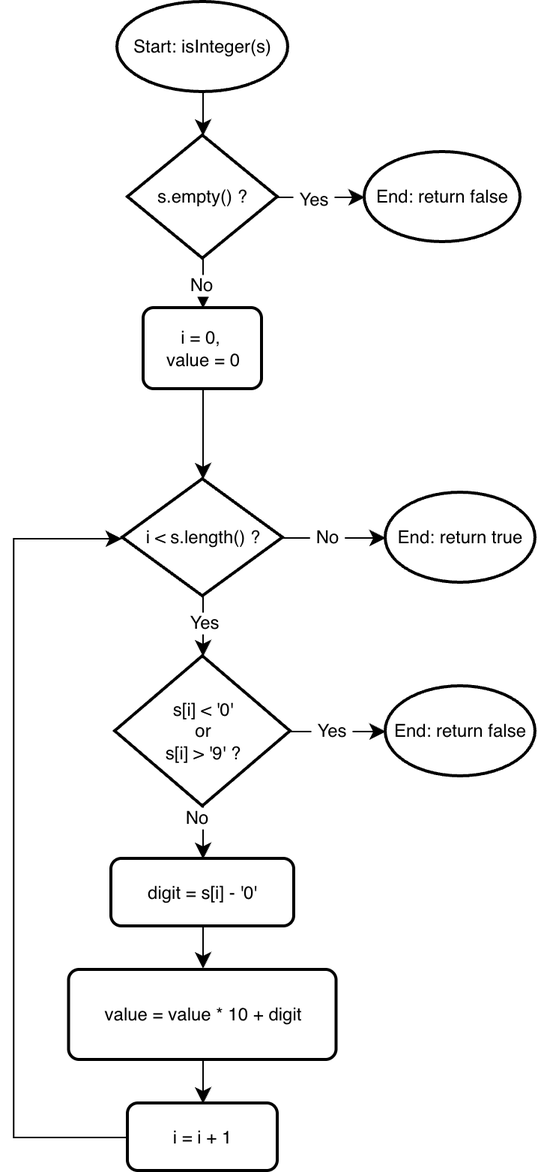
Earlier version of the draw.io export docs/flowcharts/T04-is-integer.drawio.png (henryb0b/smartretail-p1-group1). Source tidied: cells renumbered, new cells last; positions are measured from the earlier drawing's top-left corner, leaving out a move shared by most shapes. The source it was exported from:
```xml
<mxGraphModel>
  <root>
    <mxCell id="0" />
    <mxCell id="1" parent="0" />
    <mxCell id="2" value="Start: isInteger(s)" style="strokeWidth=2;html=1;shape=mxgraph.flowchart.start_1;whiteSpace=wrap;perimeter=ellipsePerimeter;labelBackgroundColor=none;" parent="1" vertex="1">
      <mxGeometry x="69" width="114" height="60" as="geometry" />
    </mxCell>
    <mxCell id="3" style="edgeStyle=orthogonalEdgeStyle;curved=1;rounded=0;curveGeometry=1;jettySize=auto;html=1;exitX=0.5;exitY=1;exitDx=0;exitDy=0;exitPerimeter=0;entryX=0.5;entryY=0;entryDx=0;entryDy=0;fontSize=12;defaultLabelBackgroundColor=page;labelPadding=0 4;startSize=8;endSize=8;fontColor=default;" parent="1" edge="1" source="5" target="10">
      <mxGeometry relative="1" as="geometry" />
    </mxCell>
    <mxCell id="4" value="No" style="edgeLabel;html=1;align=center;verticalAlign=middle;inheritText=1;fontSize=12;defaultLabelBackgroundColor=page;labelPadding=0 4;" parent="3" vertex="1">
      <mxGeometry x="0.05" y="-1" relative="1" as="geometry" />
    </mxCell>
    <mxCell id="5" value="s.empty() ?" style="strokeWidth=2;html=1;shape=mxgraph.flowchart.decision;whiteSpace=wrap;labelBackgroundColor=none;" parent="1" vertex="1">
      <mxGeometry x="76" y="89" width="100" height="82" as="geometry" />
    </mxCell>
    <mxCell id="6" value="End: return false" style="strokeWidth=2;html=1;shape=mxgraph.flowchart.start_1;whiteSpace=wrap;perimeter=ellipsePerimeter;labelBackgroundColor=none;" parent="1" vertex="1">
      <mxGeometry x="234" y="100" width="104" height="60" as="geometry" />
    </mxCell>
    <mxCell id="7" style="edgeStyle=orthogonalEdgeStyle;curved=1;rounded=0;curveGeometry=1;jettySize=auto;html=1;exitX=0.5;exitY=1;exitDx=0;exitDy=0;exitPerimeter=0;entryX=0.5;entryY=0;entryDx=0;entryDy=0;entryPerimeter=0;fontSize=12;defaultLabelBackgroundColor=page;labelPadding=0 4;startSize=8;endSize=8;fontColor=default;" parent="1" edge="1" source="2" target="5">
      <mxGeometry relative="1" as="geometry" />
    </mxCell>
    <mxCell id="8" style="edgeStyle=orthogonalEdgeStyle;curved=1;rounded=0;curveGeometry=1;jettySize=auto;html=1;exitX=1;exitY=0.5;exitDx=0;exitDy=0;exitPerimeter=0;entryX=0;entryY=0.5;entryDx=0;entryDy=0;entryPerimeter=0;fontSize=12;defaultLabelBackgroundColor=page;labelPadding=0 4;startSize=8;endSize=8;fontColor=default;" parent="1" edge="1" source="5" target="6">
      <mxGeometry relative="1" as="geometry" />
    </mxCell>
    <mxCell id="9" value="Yes" style="edgeLabel;html=1;align=center;verticalAlign=middle;inheritText=1;fontSize=12;defaultLabelBackgroundColor=page;labelPadding=0 4;" parent="8" vertex="1">
      <mxGeometry x="-0.16" y="-1" relative="1" as="geometry" />
    </mxCell>
    <mxCell id="10" value="i = 0,&amp;nbsp;&lt;div&gt;value = 0&lt;/div&gt;" style="rounded=1;whiteSpace=wrap;html=1;absoluteArcSize=1;arcSize=14;strokeWidth=2;roundedPerimeter=1;labelBackgroundColor=none;" parent="1" vertex="1">
      <mxGeometry x="86.5" y="204" width="79" height="54" as="geometry" />
    </mxCell>
    <mxCell id="11" style="edgeStyle=orthogonalEdgeStyle;curved=1;rounded=0;curveGeometry=1;jettySize=auto;html=1;exitX=1;exitY=0.5;exitDx=0;exitDy=0;exitPerimeter=0;fontSize=12;defaultLabelBackgroundColor=page;labelPadding=0 4;startSize=8;endSize=8;fontColor=default;" parent="1" edge="1" source="13" target="15">
      <mxGeometry relative="1" as="geometry" />
    </mxCell>
    <mxCell id="12" value="No" style="edgeLabel;html=1;align=center;verticalAlign=middle;inheritText=1;fontSize=12;defaultLabelBackgroundColor=page;labelPadding=0 4;" parent="11" vertex="1">
      <mxGeometry x="0.18" y="1" relative="1" as="geometry">
        <mxPoint x="-11" y="1" as="offset" />
      </mxGeometry>
    </mxCell>
    <mxCell id="13" value="i &amp;lt; s.length() ?" style="strokeWidth=2;html=1;shape=mxgraph.flowchart.decision;whiteSpace=wrap;labelBackgroundColor=none;" parent="1" vertex="1">
      <mxGeometry x="72.5" y="318" width="107" height="78" as="geometry" />
    </mxCell>
    <mxCell id="14" style="edgeStyle=orthogonalEdgeStyle;curved=1;rounded=0;curveGeometry=1;jettySize=auto;html=1;exitX=0.5;exitY=1;exitDx=0;exitDy=0;entryX=0.5;entryY=0;entryDx=0;entryDy=0;entryPerimeter=0;fontSize=12;defaultLabelBackgroundColor=page;labelPadding=0 4;startSize=8;endSize=8;fontColor=default;" parent="1" edge="1" source="10" target="13">
      <mxGeometry relative="1" as="geometry" />
    </mxCell>
    <mxCell id="15" value="End: return true" style="strokeWidth=2;html=1;shape=mxgraph.flowchart.start_1;whiteSpace=wrap;perimeter=ellipsePerimeter;labelBackgroundColor=none;" parent="1" vertex="1">
      <mxGeometry x="248" y="327" width="100" height="60" as="geometry" />
    </mxCell>
    <mxCell id="16" value="s[i] &amp;lt; '0'&lt;div&gt;or&lt;/div&gt;&lt;div&gt;s[i] &amp;gt; '9' ?&lt;/div&gt;" style="strokeWidth=2;html=1;shape=mxgraph.flowchart.decision;whiteSpace=wrap;labelBackgroundColor=none;" parent="1" vertex="1">
      <mxGeometry x="67.5" y="436" width="117" height="100" as="geometry" />
    </mxCell>
    <mxCell id="17" style="edgeStyle=orthogonalEdgeStyle;curved=1;rounded=0;curveGeometry=1;jettySize=auto;html=1;exitX=0.5;exitY=1;exitDx=0;exitDy=0;exitPerimeter=0;entryX=0.5;entryY=0;entryDx=0;entryDy=0;entryPerimeter=0;fontSize=12;defaultLabelBackgroundColor=page;labelPadding=0 4;startSize=8;endSize=8;fontColor=default;" parent="1" edge="1" source="13" target="16">
      <mxGeometry relative="1" as="geometry" />
    </mxCell>
    <mxCell id="18" value="Yes" style="edgeLabel;html=1;align=center;verticalAlign=middle;inheritText=1;fontSize=12;defaultLabelBackgroundColor=page;labelPadding=0 4;" parent="17" vertex="1">
      <mxGeometry x="-0.14" relative="1" as="geometry" />
    </mxCell>
    <mxCell id="19" value="End: return false" style="strokeWidth=2;html=1;shape=mxgraph.flowchart.start_1;whiteSpace=wrap;perimeter=ellipsePerimeter;labelBackgroundColor=none;" parent="1" vertex="1">
      <mxGeometry x="248" y="456" width="100" height="60" as="geometry" />
    </mxCell>
    <mxCell id="20" style="edgeStyle=orthogonalEdgeStyle;curved=1;rounded=0;curveGeometry=1;jettySize=auto;html=1;exitX=1;exitY=0.5;exitDx=0;exitDy=0;exitPerimeter=0;entryX=0;entryY=0.5;entryDx=0;entryDy=0;entryPerimeter=0;fontSize=12;defaultLabelBackgroundColor=page;labelPadding=0 4;startSize=8;endSize=8;fontColor=default;" parent="1" edge="1" source="16" target="19">
      <mxGeometry relative="1" as="geometry" />
    </mxCell>
    <mxCell id="21" value="Yes" style="edgeLabel;html=1;align=center;verticalAlign=middle;inheritText=1;fontSize=12;defaultLabelBackgroundColor=page;labelPadding=0 4;" parent="20" vertex="1">
      <mxGeometry x="-0.14" y="1" relative="1" as="geometry" />
    </mxCell>
    <mxCell id="22" style="curved=1;rounded=0;curveGeometry=1;jettySize=auto;html=1;exitX=0.5;exitY=1;exitDx=0;exitDy=0;exitPerimeter=0;fontSize=12;defaultLabelBackgroundColor=page;labelPadding=0 4;startSize=8;endSize=8;entryX=0.5;entryY=0;entryDx=0;entryDy=0;fontColor=default;" parent="1" edge="1" source="16" target="28">
      <mxGeometry x="-0.5" relative="1" as="geometry" />
    </mxCell>
    <mxCell id="23" value="No" style="edgeLabel;html=1;align=center;verticalAlign=middle;inheritText=1;fontSize=12;defaultLabelBackgroundColor=page;labelPadding=0 4;" parent="22" vertex="1">
      <mxGeometry x="-0.61" y="-4" relative="1" as="geometry" />
    </mxCell>
    <mxCell id="24" style="edgeStyle=orthogonalEdgeStyle;curved=1;rounded=0;curveGeometry=1;jettySize=auto;html=1;exitX=0.5;exitY=1;exitDx=0;exitDy=0;entryX=0.5;entryY=0;entryDx=0;entryDy=0;fontSize=12;defaultLabelBackgroundColor=page;labelPadding=0 4;startSize=8;endSize=8;fontColor=default;" parent="1" edge="1" source="25" target="27">
      <mxGeometry relative="1" as="geometry" />
    </mxCell>
    <mxCell id="25" value="value = value * 10 + digit" style="rounded=1;whiteSpace=wrap;html=1;absoluteArcSize=1;arcSize=14;strokeWidth=2;roundedPerimeter=1;labelBackgroundColor=none;" parent="1" vertex="1">
      <mxGeometry x="36.8" y="645" width="178.5" height="60" as="geometry" />
    </mxCell>
    <mxCell id="26" style="edgeStyle=orthogonalEdgeStyle;rounded=0;jettySize=auto;html=1;exitX=0;exitY=0.5;exitDx=0;exitDy=0;fontSize=12;defaultLabelBackgroundColor=page;labelPadding=0 4;startSize=8;endSize=8;fontColor=default;" parent="1" edge="1" source="27">
      <mxGeometry x="-0.45" relative="1" as="geometry">
        <mxPoint x="72" y="357.5" as="targetPoint" />
        <Array as="points">
          <mxPoint x="-0.4" y="756.5" />
          <mxPoint x="-0.4" y="357.5" />
        </Array>
      </mxGeometry>
    </mxCell>
    <mxCell id="27" value="i = i + 1" style="rounded=1;whiteSpace=wrap;html=1;absoluteArcSize=1;arcSize=14;strokeWidth=2;roundedPerimeter=1;labelBackgroundColor=none;" parent="1" vertex="1">
      <mxGeometry x="76" y="734" width="100" height="45" as="geometry" />
    </mxCell>
    <mxCell id="28" value="digit = s[i] - '0'" style="rounded=1;whiteSpace=wrap;html=1;absoluteArcSize=1;arcSize=14;strokeWidth=2;roundedPerimeter=1;labelBackgroundColor=none;" parent="1" vertex="1">
      <mxGeometry x="65" y="571" width="122" height="45" as="geometry" />
    </mxCell>
    <mxCell id="29" style="edgeStyle=orthogonalEdgeStyle;curved=1;rounded=0;curveGeometry=1;jettySize=auto;html=1;exitX=0.5;exitY=1;exitDx=0;exitDy=0;entryX=0.5;entryY=0;entryDx=0;entryDy=0;entryPerimeter=0;fontSize=12;defaultLabelBackgroundColor=page;labelPadding=0 4;startSize=8;endSize=8;fontColor=default;" parent="1" edge="1" source="28">
      <mxGeometry relative="1" as="geometry">
        <mxPoint x="126" y="644" as="targetPoint" />
      </mxGeometry>
    </mxCell>
  </root>
</mxGraphModel>
```
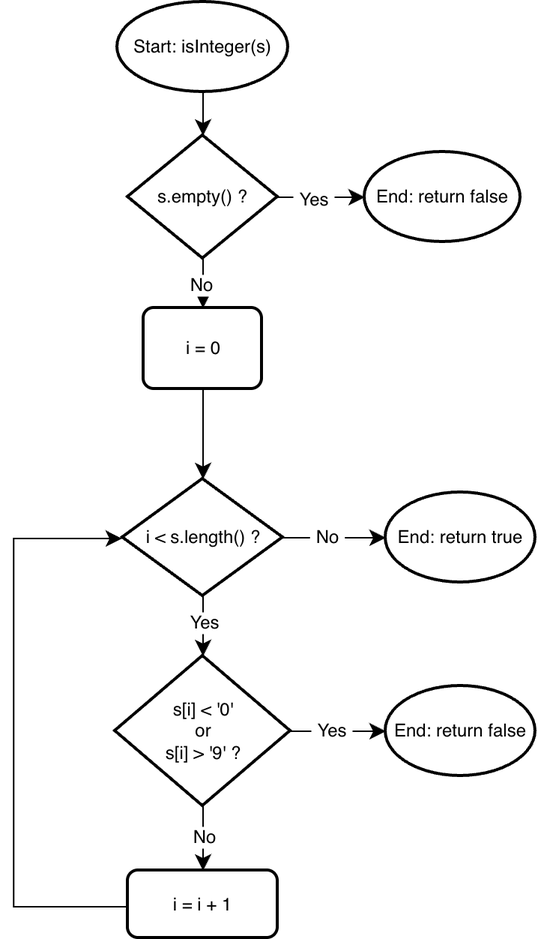
Above is the later version.

Commit message:
Update T04-is-integer flowchart and fix pseudocode blank line

Diff of the diagram source:
```diff
@@ -26,7 +26,7 @@
     <mxCell id="9" value="Yes" style="edgeLabel;html=1;align=center;verticalAlign=middle;inheritText=1;fontSize=12;defaultLabelBackgroundColor=page;labelPadding=0 4;" parent="8" vertex="1">
       <mxGeometry x="-0.16" y="-1" relative="1" as="geometry" />
     </mxCell>
-    <mxCell id="10" value="i = 0,&amp;nbsp;&lt;div&gt;value = 0&lt;/div&gt;" style="rounded=1;whiteSpace=wrap;html=1;absoluteArcSize=1;arcSize=14;strokeWidth=2;roundedPerimeter=1;labelBackgroundColor=none;" parent="1" vertex="1">
+    <mxCell id="10" value="i = 0" style="rounded=1;whiteSpace=wrap;html=1;absoluteArcSize=1;arcSize=14;strokeWidth=2;roundedPerimeter=1;labelBackgroundColor=none;" parent="1" vertex="1">
       <mxGeometry x="86.5" y="204" width="79" height="54" as="geometry" />
     </mxCell>
     <mxCell id="11" style="edgeStyle=orthogonalEdgeStyle;curved=1;rounded=0;curveGeometry=1;jettySize=auto;html=1;exitX=1;exitY=0.5;exitDx=0;exitDy=0;exitPerimeter=0;fontSize=12;defaultLabelBackgroundColor=page;labelPadding=0 4;startSize=8;endSize=8;fontColor=default;" parent="1" edge="1" source="13" target="15">
@@ -46,6 +46,12 @@
     <mxCell id="15" value="End: return true" style="strokeWidth=2;html=1;shape=mxgraph.flowchart.start_1;whiteSpace=wrap;perimeter=ellipsePerimeter;labelBackgroundColor=none;" parent="1" vertex="1">
       <mxGeometry x="248" y="327" width="100" height="60" as="geometry" />
     </mxCell>
+    <mxCell id="30" style="edgeStyle=orthogonalEdgeStyle;curved=1;rounded=0;curveGeometry=1;jettySize=auto;html=1;exitX=0.5;exitY=1;exitDx=0;exitDy=0;exitPerimeter=0;entryX=0.5;entryY=0;entryDx=0;entryDy=0;fontSize=12;defaultLabelBackgroundColor=page;labelPadding=0 4;startSize=8;endSize=8;" parent="1" edge="1" source="16" target="27">
+      <mxGeometry relative="1" as="geometry" />
+    </mxCell>
+    <mxCell id="23" value="No" style="edgeLabel;html=1;align=center;verticalAlign=middle;inheritText=1;fontSize=12;defaultLabelBackgroundColor=page;labelPadding=0 4;" parent="30" vertex="1">
+      <mxGeometry x="-0.04" relative="1" as="geometry" />
+    </mxCell>
     <mxCell id="16" value="s[i] &amp;lt; '0'&lt;div&gt;or&lt;/div&gt;&lt;div&gt;s[i] &amp;gt; '9' ?&lt;/div&gt;" style="strokeWidth=2;html=1;shape=mxgraph.flowchart.decision;whiteSpace=wrap;labelBackgroundColor=none;" parent="1" vertex="1">
       <mxGeometry x="67.5" y="436" width="117" height="100" as="geometry" />
     </mxCell>
@@ -64,37 +70,18 @@
     <mxCell id="21" value="Yes" style="edgeLabel;html=1;align=center;verticalAlign=middle;inheritText=1;fontSize=12;defaultLabelBackgroundColor=page;labelPadding=0 4;" parent="20" vertex="1">
       <mxGeometry x="-0.14" y="1" relative="1" as="geometry" />
     </mxCell>
-    <mxCell id="22" style="curved=1;rounded=0;curveGeometry=1;jettySize=auto;html=1;exitX=0.5;exitY=1;exitDx=0;exitDy=0;exitPerimeter=0;fontSize=12;defaultLabelBackgroundColor=page;labelPadding=0 4;startSize=8;endSize=8;entryX=0.5;entryY=0;entryDx=0;entryDy=0;fontColor=default;" parent="1" edge="1" source="16" target="28">
-      <mxGeometry x="-0.5" relative="1" as="geometry" />
-    </mxCell>
-    <mxCell id="23" value="No" style="edgeLabel;html=1;align=center;verticalAlign=middle;inheritText=1;fontSize=12;defaultLabelBackgroundColor=page;labelPadding=0 4;" parent="22" vertex="1">
-      <mxGeometry x="-0.61" y="-4" relative="1" as="geometry" />
-    </mxCell>
-    <mxCell id="24" style="edgeStyle=orthogonalEdgeStyle;curved=1;rounded=0;curveGeometry=1;jettySize=auto;html=1;exitX=0.5;exitY=1;exitDx=0;exitDy=0;entryX=0.5;entryY=0;entryDx=0;entryDy=0;fontSize=12;defaultLabelBackgroundColor=page;labelPadding=0 4;startSize=8;endSize=8;fontColor=default;" parent="1" edge="1" source="25" target="27">
-      <mxGeometry relative="1" as="geometry" />
-    </mxCell>
-    <mxCell id="25" value="value = value * 10 + digit" style="rounded=1;whiteSpace=wrap;html=1;absoluteArcSize=1;arcSize=14;strokeWidth=2;roundedPerimeter=1;labelBackgroundColor=none;" parent="1" vertex="1">
-      <mxGeometry x="36.8" y="645" width="178.5" height="60" as="geometry" />
-    </mxCell>
     <mxCell id="26" style="edgeStyle=orthogonalEdgeStyle;rounded=0;jettySize=auto;html=1;exitX=0;exitY=0.5;exitDx=0;exitDy=0;fontSize=12;defaultLabelBackgroundColor=page;labelPadding=0 4;startSize=8;endSize=8;fontColor=default;" parent="1" edge="1" source="27">
       <mxGeometry x="-0.45" relative="1" as="geometry">
         <mxPoint x="72" y="357.5" as="targetPoint" />
         <Array as="points">
-          <mxPoint x="-0.4" y="756.5" />
+          <mxPoint x="76" y="603" />
+          <mxPoint x="-0.4" y="603" />
           <mxPoint x="-0.4" y="357.5" />
         </Array>
       </mxGeometry>
     </mxCell>
     <mxCell id="27" value="i = i + 1" style="rounded=1;whiteSpace=wrap;html=1;absoluteArcSize=1;arcSize=14;strokeWidth=2;roundedPerimeter=1;labelBackgroundColor=none;" parent="1" vertex="1">
-      <mxGeometry x="76" y="734" width="100" height="45" as="geometry" />
+      <mxGeometry x="76" y="579" width="100" height="45" as="geometry" />
     </mxCell>
-    <mxCell id="28" value="digit = s[i] - '0'" style="rounded=1;whiteSpace=wrap;html=1;absoluteArcSize=1;arcSize=14;strokeWidth=2;roundedPerimeter=1;labelBackgroundColor=none;" parent="1" vertex="1">
-      <mxGeometry x="65" y="571" width="122" height="45" as="geometry" />
-    </mxCell>
-    <mxCell id="29" style="edgeStyle=orthogonalEdgeStyle;curved=1;rounded=0;curveGeometry=1;jettySize=auto;html=1;exitX=0.5;exitY=1;exitDx=0;exitDy=0;entryX=0.5;entryY=0;entryDx=0;entryDy=0;entryPerimeter=0;fontSize=12;defaultLabelBackgroundColor=page;labelPadding=0 4;startSize=8;endSize=8;fontColor=default;" parent="1" edge="1" source="28">
-      <mxGeometry relative="1" as="geometry">
-        <mxPoint x="126" y="644" as="targetPoint" />
-      </mxGeometry>
-    </mxCell>
   </root>
 </mxGraphModel>
```
